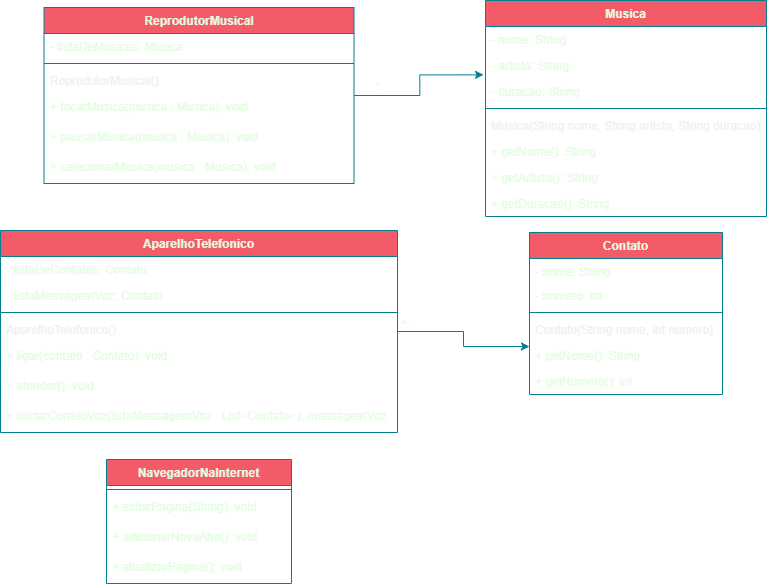
Bruno-BandeiraH/representacao-iphone keeps this draw.io diagram as diagrama_Iphone.png. Above is the earlier version. Source tidied: cells renumbered, new cells last; positions are measured from the earlier drawing's top-left corner, leaving out a move shared by most shapes.
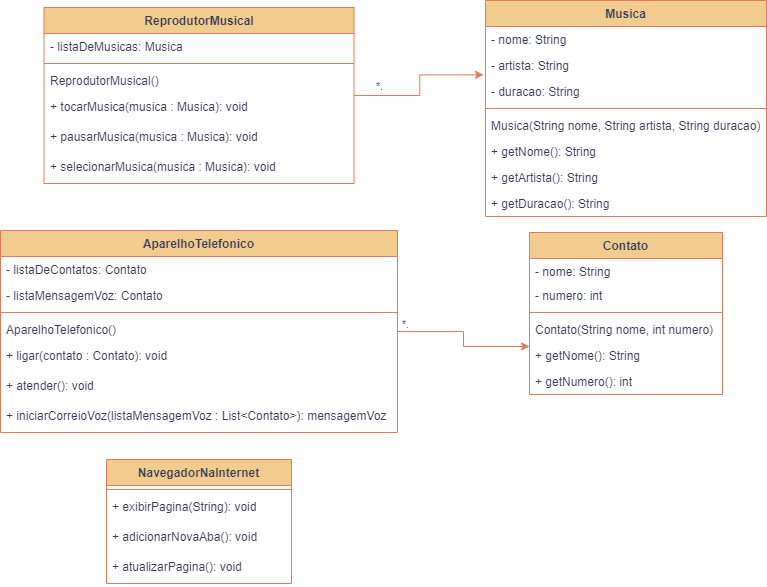
Above is the later version.

Commit message:
melhorando UML

Diff of the diagram source:
```diff
@@ -1,127 +1,127 @@
-<mxGraphModel>
+<mxGraphModel background="#ffffff">
   <root>
     <mxCell id="0" />
     <mxCell id="1" parent="0" />
-    <mxCell id="2" value="ReprodutorMusical" style="swimlane;fontStyle=1;align=center;verticalAlign=top;horizontal=1;startSize=26;whiteSpace=wrap;html=1;labelBackgroundColor=none;fillColor=#F45B69;strokeColor=#028090;fontColor=#E4FDE1;" parent="1" vertex="1">
+    <mxCell id="2" value="ReprodutorMusical" style="swimlane;fontStyle=1;align=center;verticalAlign=top;horizontal=1;startSize=26;whiteSpace=wrap;html=1;labelBackgroundColor=none;fillColor=#F2CC8F;strokeColor=#E07A5F;fontColor=#393C56;" parent="1" vertex="1">
       <mxGeometry x="43.5" y="7" width="310" height="176" as="geometry" />
     </mxCell>
-    <mxCell id="3" value="- listaDeMusicas: Musica" style="text;strokeColor=none;fillColor=none;align=left;verticalAlign=top;spacingLeft=4;spacingRight=4;overflow=hidden;whiteSpace=wrap;html=1;labelBackgroundColor=none;fontColor=#E4FDE1;" parent="2" vertex="1">
+    <mxCell id="3" value="- listaDeMusicas: Musica" style="text;strokeColor=none;fillColor=none;align=left;verticalAlign=top;spacingLeft=4;spacingRight=4;overflow=hidden;whiteSpace=wrap;html=1;labelBackgroundColor=none;fontColor=#393C56;" parent="2" vertex="1">
       <mxGeometry y="26" width="310" height="26" as="geometry" />
     </mxCell>
-    <mxCell id="4" style="line;strokeWidth=1;fillColor=none;align=left;verticalAlign=middle;spacingTop=-1;spacingLeft=3;spacingRight=3;labelPosition=right;strokeColor=#028090;labelBackgroundColor=none;fontColor=#E4FDE1;" parent="2" vertex="1">
+    <mxCell id="4" style="line;strokeWidth=1;fillColor=none;align=left;verticalAlign=middle;spacingTop=-1;spacingLeft=3;spacingRight=3;labelPosition=right;strokeColor=#E07A5F;labelBackgroundColor=none;fontColor=#393C56;" parent="2" vertex="1">
       <mxGeometry y="52" width="310" height="8" as="geometry" />
     </mxCell>
-    <mxCell id="5" value="ReprodutorMusical()" style="text;strokeColor=none;fillColor=none;align=left;verticalAlign=top;spacingLeft=4;spacingRight=4;overflow=hidden;whiteSpace=wrap;html=1;" parent="2" vertex="1">
+    <mxCell id="5" value="ReprodutorMusical()" style="text;strokeColor=none;fillColor=none;align=left;verticalAlign=top;spacingLeft=4;spacingRight=4;overflow=hidden;whiteSpace=wrap;html=1;labelBackgroundColor=none;fontColor=#393C56;" parent="2" vertex="1">
       <mxGeometry y="60" width="310" height="26" as="geometry" />
     </mxCell>
-    <mxCell id="6" value="+ tocarMusica(musica : Musica): void" style="text;strokeColor=none;fillColor=none;align=left;verticalAlign=top;spacingLeft=4;spacingRight=4;overflow=hidden;whiteSpace=wrap;html=1;spacingBottom=0;spacingTop=0;labelBackgroundColor=none;fontColor=#E4FDE1;" parent="2" vertex="1">
+    <mxCell id="6" value="+ tocarMusica(musica : Musica): void" style="text;strokeColor=none;fillColor=none;align=left;verticalAlign=top;spacingLeft=4;spacingRight=4;overflow=hidden;whiteSpace=wrap;html=1;spacingBottom=0;spacingTop=0;labelBackgroundColor=none;fontColor=#393C56;" parent="2" vertex="1">
       <mxGeometry y="86" width="310" height="30" as="geometry" />
     </mxCell>
-    <mxCell id="7" value="+ pausarMusica(musica : Musica): void" style="text;strokeColor=none;fillColor=none;align=left;verticalAlign=top;spacingLeft=4;spacingRight=4;overflow=hidden;whiteSpace=wrap;html=1;labelBackgroundColor=none;fontColor=#E4FDE1;" parent="2" vertex="1">
+    <mxCell id="7" value="+ pausarMusica(musica : Musica): void" style="text;strokeColor=none;fillColor=none;align=left;verticalAlign=top;spacingLeft=4;spacingRight=4;overflow=hidden;whiteSpace=wrap;html=1;labelBackgroundColor=none;fontColor=#393C56;" parent="2" vertex="1">
       <mxGeometry y="116" width="310" height="30" as="geometry" />
     </mxCell>
-    <mxCell id="8" value="+ selecionarMusica(musica : Musica): void" style="text;strokeColor=none;fillColor=none;align=left;verticalAlign=top;spacingLeft=4;spacingRight=4;overflow=hidden;whiteSpace=wrap;html=1;labelBackgroundColor=none;fontColor=#E4FDE1;" parent="2" vertex="1">
+    <mxCell id="8" value="+ selecionarMusica(musica : Musica): void" style="text;strokeColor=none;fillColor=none;align=left;verticalAlign=top;spacingLeft=4;spacingRight=4;overflow=hidden;whiteSpace=wrap;html=1;labelBackgroundColor=none;fontColor=#393C56;" parent="2" vertex="1">
       <mxGeometry y="146" width="310" height="30" as="geometry" />
     </mxCell>
-    <mxCell id="9" value="AparelhoTelefonico" style="swimlane;fontStyle=1;align=center;verticalAlign=top;horizontal=1;startSize=26;whiteSpace=wrap;html=1;labelBackgroundColor=none;fillColor=#F45B69;strokeColor=#028090;fontColor=#E4FDE1;" parent="1" vertex="1">
+    <mxCell id="9" value="AparelhoTelefonico" style="swimlane;fontStyle=1;align=center;verticalAlign=top;horizontal=1;startSize=26;whiteSpace=wrap;html=1;labelBackgroundColor=none;fillColor=#F2CC8F;strokeColor=#E07A5F;fontColor=#393C56;" parent="1" vertex="1">
       <mxGeometry y="230" width="397" height="202" as="geometry" />
     </mxCell>
-    <mxCell id="10" value="- listaDeContatos: Contato" style="text;strokeColor=none;fillColor=none;align=left;verticalAlign=top;spacingLeft=4;spacingRight=4;overflow=hidden;whiteSpace=wrap;html=1;labelBackgroundColor=none;fontColor=#E4FDE1;" parent="9" vertex="1">
+    <mxCell id="10" value="- listaDeContatos: Contato" style="text;strokeColor=none;fillColor=none;align=left;verticalAlign=top;spacingLeft=4;spacingRight=4;overflow=hidden;whiteSpace=wrap;html=1;labelBackgroundColor=none;fontColor=#393C56;" parent="9" vertex="1">
       <mxGeometry y="26" width="397" height="26" as="geometry" />
     </mxCell>
-    <mxCell id="11" value="- listaMensagemVoz: Contato" style="text;strokeColor=none;fillColor=none;align=left;verticalAlign=top;spacingLeft=4;spacingRight=4;overflow=hidden;whiteSpace=wrap;html=1;labelBackgroundColor=none;fontColor=#E4FDE1;" parent="9" vertex="1">
+    <mxCell id="11" value="- listaMensagemVoz: Contato" style="text;strokeColor=none;fillColor=none;align=left;verticalAlign=top;spacingLeft=4;spacingRight=4;overflow=hidden;whiteSpace=wrap;html=1;labelBackgroundColor=none;fontColor=#393C56;" parent="9" vertex="1">
       <mxGeometry y="52" width="397" height="26" as="geometry" />
     </mxCell>
-    <mxCell id="12" style="line;strokeWidth=1;fillColor=none;align=left;verticalAlign=middle;spacingTop=-1;spacingLeft=3;spacingRight=3;labelPosition=right;strokeColor=#028090;labelBackgroundColor=none;fontColor=#E4FDE1;" parent="9" vertex="1">
+    <mxCell id="12" style="line;strokeWidth=1;fillColor=none;align=left;verticalAlign=middle;spacingTop=-1;spacingLeft=3;spacingRight=3;labelPosition=right;strokeColor=#E07A5F;labelBackgroundColor=none;fontColor=#393C56;" parent="9" vertex="1">
       <mxGeometry y="78" width="397" height="8" as="geometry" />
     </mxCell>
-    <mxCell id="13" value="AparelhoTelefonico()" style="text;strokeColor=none;fillColor=none;align=left;verticalAlign=top;spacingLeft=4;spacingRight=4;overflow=hidden;whiteSpace=wrap;html=1;" parent="9" vertex="1">
+    <mxCell id="13" value="AparelhoTelefonico()" style="text;strokeColor=none;fillColor=none;align=left;verticalAlign=top;spacingLeft=4;spacingRight=4;overflow=hidden;whiteSpace=wrap;html=1;labelBackgroundColor=none;fontColor=#393C56;" parent="9" vertex="1">
       <mxGeometry y="86" width="397" height="26" as="geometry" />
     </mxCell>
-    <mxCell id="14" value="+ ligar(contato : Contato): void" style="text;strokeColor=none;fillColor=none;align=left;verticalAlign=top;spacingLeft=4;spacingRight=4;overflow=hidden;whiteSpace=wrap;html=1;labelBackgroundColor=none;fontColor=#E4FDE1;" parent="9" vertex="1">
+    <mxCell id="14" value="+ ligar(contato : Contato): void" style="text;strokeColor=none;fillColor=none;align=left;verticalAlign=top;spacingLeft=4;spacingRight=4;overflow=hidden;whiteSpace=wrap;html=1;labelBackgroundColor=none;fontColor=#393C56;" parent="9" vertex="1">
       <mxGeometry y="112" width="397" height="30" as="geometry" />
     </mxCell>
-    <mxCell id="15" value="+ atender(): void" style="text;strokeColor=none;fillColor=none;align=left;verticalAlign=top;spacingLeft=4;spacingRight=4;overflow=hidden;whiteSpace=wrap;html=1;labelBackgroundColor=none;fontColor=#E4FDE1;" parent="9" vertex="1">
+    <mxCell id="15" value="+ atender(): void" style="text;strokeColor=none;fillColor=none;align=left;verticalAlign=top;spacingLeft=4;spacingRight=4;overflow=hidden;whiteSpace=wrap;html=1;labelBackgroundColor=none;fontColor=#393C56;" parent="9" vertex="1">
       <mxGeometry y="142" width="397" height="30" as="geometry" />
     </mxCell>
-    <mxCell id="16" value="+ iniciarCorreioVoz(listaMensagemVoz : List&amp;lt;Contato&amp;gt;): mensagemVoz" style="text;strokeColor=none;fillColor=none;align=left;verticalAlign=top;spacingLeft=4;spacingRight=4;overflow=hidden;whiteSpace=wrap;html=1;labelBackgroundColor=none;fontColor=#E4FDE1;" parent="9" vertex="1">
+    <mxCell id="16" value="+ iniciarCorreioVoz(listaMensagemVoz : List&amp;lt;Contato&amp;gt;): mensagemVoz" style="text;strokeColor=none;fillColor=none;align=left;verticalAlign=top;spacingLeft=4;spacingRight=4;overflow=hidden;whiteSpace=wrap;html=1;labelBackgroundColor=none;fontColor=#393C56;" parent="9" vertex="1">
       <mxGeometry y="172" width="397" height="30" as="geometry" />
     </mxCell>
-    <mxCell id="17" value="Musica" style="swimlane;fontStyle=1;align=center;verticalAlign=top;horizontal=1;startSize=26;whiteSpace=wrap;html=1;labelBackgroundColor=none;fillColor=#F45B69;strokeColor=#028090;fontColor=#E4FDE1;" parent="1" vertex="1">
+    <mxCell id="17" value="Musica" style="swimlane;fontStyle=1;align=center;verticalAlign=top;horizontal=1;startSize=26;whiteSpace=wrap;html=1;labelBackgroundColor=none;fillColor=#F2CC8F;strokeColor=#E07A5F;fontColor=#393C56;" parent="1" vertex="1">
       <mxGeometry x="485" width="281" height="216" as="geometry" />
     </mxCell>
-    <mxCell id="18" value="- nome: String" style="text;strokeColor=none;fillColor=none;align=left;verticalAlign=top;spacingLeft=4;spacingRight=4;overflow=hidden;whiteSpace=wrap;html=1;labelBackgroundColor=none;fontColor=#E4FDE1;" parent="17" vertex="1">
+    <mxCell id="18" value="- nome: String" style="text;strokeColor=none;fillColor=none;align=left;verticalAlign=top;spacingLeft=4;spacingRight=4;overflow=hidden;whiteSpace=wrap;html=1;labelBackgroundColor=none;fontColor=#393C56;" parent="17" vertex="1">
       <mxGeometry y="26" width="281" height="26" as="geometry" />
     </mxCell>
-    <mxCell id="19" value="- artista: String" style="text;strokeColor=none;fillColor=none;align=left;verticalAlign=top;spacingLeft=4;spacingRight=4;overflow=hidden;points=[[0,0.5],[1,0.5]];portConstraint=eastwest;whiteSpace=wrap;html=1;labelBackgroundColor=none;fontColor=#E4FDE1;" parent="17" vertex="1">
+    <mxCell id="19" value="- artista: String" style="text;strokeColor=none;fillColor=none;align=left;verticalAlign=top;spacingLeft=4;spacingRight=4;overflow=hidden;points=[[0,0.5],[1,0.5]];portConstraint=eastwest;whiteSpace=wrap;html=1;labelBackgroundColor=none;fontColor=#393C56;" parent="17" vertex="1">
       <mxGeometry y="52" width="281" height="26" as="geometry" />
     </mxCell>
-    <mxCell id="20" value="- duracao: String" style="text;strokeColor=none;fillColor=none;align=left;verticalAlign=top;spacingLeft=4;spacingRight=4;overflow=hidden;whiteSpace=wrap;html=1;labelBackgroundColor=none;fontColor=#E4FDE1;" parent="17" vertex="1">
+    <mxCell id="20" value="- duracao: String" style="text;strokeColor=none;fillColor=none;align=left;verticalAlign=top;spacingLeft=4;spacingRight=4;overflow=hidden;whiteSpace=wrap;html=1;labelBackgroundColor=none;fontColor=#393C56;" parent="17" vertex="1">
       <mxGeometry y="78" width="281" height="26" as="geometry" />
     </mxCell>
-    <mxCell id="21" style="line;strokeWidth=1;fillColor=none;align=left;verticalAlign=middle;spacingTop=-1;spacingLeft=3;spacingRight=3;labelPosition=right;strokeColor=#028090;labelBackgroundColor=none;fontColor=#E4FDE1;" parent="17" vertex="1">
+    <mxCell id="21" style="line;strokeWidth=1;fillColor=none;align=left;verticalAlign=middle;spacingTop=-1;spacingLeft=3;spacingRight=3;labelPosition=right;strokeColor=#E07A5F;labelBackgroundColor=none;fontColor=#393C56;" parent="17" vertex="1">
       <mxGeometry y="104" width="281" height="8" as="geometry" />
     </mxCell>
-    <mxCell id="22" value="Musica(String nome, String artista, String duracao)" style="text;strokeColor=none;fillColor=none;align=left;verticalAlign=top;spacingLeft=4;spacingRight=4;overflow=hidden;whiteSpace=wrap;html=1;" parent="17" vertex="1">
+    <mxCell id="22" value="Musica(String nome, String artista, String duracao)" style="text;strokeColor=none;fillColor=none;align=left;verticalAlign=top;spacingLeft=4;spacingRight=4;overflow=hidden;whiteSpace=wrap;html=1;labelBackgroundColor=none;fontColor=#393C56;" parent="17" vertex="1">
       <mxGeometry y="112" width="281" height="26" as="geometry" />
     </mxCell>
-    <mxCell id="23" value="+ getNome(): String" style="text;strokeColor=none;fillColor=none;align=left;verticalAlign=top;spacingLeft=4;spacingRight=4;overflow=hidden;whiteSpace=wrap;html=1;labelBackgroundColor=none;fontColor=#E4FDE1;" parent="17" vertex="1">
+    <mxCell id="23" value="+ getNome(): String" style="text;strokeColor=none;fillColor=none;align=left;verticalAlign=top;spacingLeft=4;spacingRight=4;overflow=hidden;whiteSpace=wrap;html=1;labelBackgroundColor=none;fontColor=#393C56;" parent="17" vertex="1">
       <mxGeometry y="138" width="281" height="26" as="geometry" />
     </mxCell>
-    <mxCell id="24" value="+ getArtista(): String" style="text;strokeColor=none;fillColor=none;align=left;verticalAlign=top;spacingLeft=4;spacingRight=4;overflow=hidden;whiteSpace=wrap;html=1;labelBackgroundColor=none;fontColor=#E4FDE1;" parent="17" vertex="1">
+    <mxCell id="24" value="+ getArtista(): String" style="text;strokeColor=none;fillColor=none;align=left;verticalAlign=top;spacingLeft=4;spacingRight=4;overflow=hidden;whiteSpace=wrap;html=1;labelBackgroundColor=none;fontColor=#393C56;" parent="17" vertex="1">
       <mxGeometry y="164" width="281" height="26" as="geometry" />
     </mxCell>
-    <mxCell id="25" value="+ getDuracao(): String" style="text;strokeColor=none;fillColor=none;align=left;verticalAlign=top;spacingLeft=4;spacingRight=4;overflow=hidden;whiteSpace=wrap;html=1;labelBackgroundColor=none;fontColor=#E4FDE1;" parent="17" vertex="1">
+    <mxCell id="25" value="+ getDuracao(): String" style="text;strokeColor=none;fillColor=none;align=left;verticalAlign=top;spacingLeft=4;spacingRight=4;overflow=hidden;whiteSpace=wrap;html=1;labelBackgroundColor=none;fontColor=#393C56;" parent="17" vertex="1">
       <mxGeometry y="190" width="281" height="26" as="geometry" />
     </mxCell>
-    <mxCell id="26" value="Contato" style="swimlane;fontStyle=1;align=center;verticalAlign=top;horizontal=1;startSize=26;whiteSpace=wrap;html=1;labelBackgroundColor=none;fillColor=#F45B69;strokeColor=#028090;fontColor=#E4FDE1;" parent="1" vertex="1">
+    <mxCell id="26" value="Contato" style="swimlane;fontStyle=1;align=center;verticalAlign=top;horizontal=1;startSize=26;whiteSpace=wrap;html=1;labelBackgroundColor=none;fillColor=#F2CC8F;strokeColor=#E07A5F;fontColor=#393C56;" parent="1" vertex="1">
       <mxGeometry x="529" y="232" width="193" height="162" as="geometry" />
     </mxCell>
-    <mxCell id="27" value="- nome: String" style="text;strokeColor=none;fillColor=none;align=left;verticalAlign=top;spacingLeft=4;spacingRight=4;overflow=hidden;whiteSpace=wrap;html=1;labelBackgroundColor=none;fontColor=#E4FDE1;" parent="26" vertex="1">
+    <mxCell id="27" value="- nome: String" style="text;strokeColor=none;fillColor=none;align=left;verticalAlign=top;spacingLeft=4;spacingRight=4;overflow=hidden;whiteSpace=wrap;html=1;labelBackgroundColor=none;fontColor=#393C56;" parent="26" vertex="1">
       <mxGeometry y="26" width="193" height="24" as="geometry" />
     </mxCell>
-    <mxCell id="28" value="- numero: int" style="text;strokeColor=none;fillColor=none;align=left;verticalAlign=top;spacingLeft=4;spacingRight=4;overflow=hidden;whiteSpace=wrap;html=1;labelBackgroundColor=none;fontColor=#E4FDE1;" parent="26" vertex="1">
+    <mxCell id="28" value="- numero: int" style="text;strokeColor=none;fillColor=none;align=left;verticalAlign=top;spacingLeft=4;spacingRight=4;overflow=hidden;whiteSpace=wrap;html=1;labelBackgroundColor=none;fontColor=#393C56;" parent="26" vertex="1">
       <mxGeometry y="50" width="193" height="26" as="geometry" />
     </mxCell>
-    <mxCell id="29" style="line;strokeWidth=1;fillColor=none;align=left;verticalAlign=middle;spacingTop=-1;spacingLeft=3;spacingRight=3;labelPosition=right;strokeColor=#028090;labelBackgroundColor=none;fontColor=#E4FDE1;" parent="26" vertex="1">
+    <mxCell id="29" style="line;strokeWidth=1;fillColor=none;align=left;verticalAlign=middle;spacingTop=-1;spacingLeft=3;spacingRight=3;labelPosition=right;strokeColor=#E07A5F;labelBackgroundColor=none;fontColor=#393C56;" parent="26" vertex="1">
       <mxGeometry y="76" width="193" height="8" as="geometry" />
     </mxCell>
-    <mxCell id="30" value="Contato(String nome, int numero)" style="text;strokeColor=none;fillColor=none;align=left;verticalAlign=top;spacingLeft=4;spacingRight=4;overflow=hidden;whiteSpace=wrap;html=1;" parent="26" vertex="1">
+    <mxCell id="30" value="Contato(String nome, int numero)" style="text;strokeColor=none;fillColor=none;align=left;verticalAlign=top;spacingLeft=4;spacingRight=4;overflow=hidden;whiteSpace=wrap;html=1;labelBackgroundColor=none;fontColor=#393C56;" parent="26" vertex="1">
       <mxGeometry y="84" width="193" height="26" as="geometry" />
     </mxCell>
-    <mxCell id="31" value="+ getNome(): String" style="text;strokeColor=none;fillColor=none;align=left;verticalAlign=top;spacingLeft=4;spacingRight=4;overflow=hidden;points=[[0,0.5],[1,0.5]];portConstraint=eastwest;whiteSpace=wrap;html=1;labelBackgroundColor=none;fontColor=#E4FDE1;" parent="26" vertex="1">
+    <mxCell id="31" value="+ getNome(): String" style="text;strokeColor=none;fillColor=none;align=left;verticalAlign=top;spacingLeft=4;spacingRight=4;overflow=hidden;points=[[0,0.5],[1,0.5]];portConstraint=eastwest;whiteSpace=wrap;html=1;labelBackgroundColor=none;fontColor=#393C56;" parent="26" vertex="1">
       <mxGeometry y="110" width="193" height="26" as="geometry" />
     </mxCell>
-    <mxCell id="32" value="+ getNumero(): int" style="text;strokeColor=none;fillColor=none;align=left;verticalAlign=top;spacingLeft=4;spacingRight=4;overflow=hidden;whiteSpace=wrap;html=1;labelBackgroundColor=none;fontColor=#E4FDE1;" parent="26" vertex="1">
+    <mxCell id="32" value="+ getNumero(): int" style="text;strokeColor=none;fillColor=none;align=left;verticalAlign=top;spacingLeft=4;spacingRight=4;overflow=hidden;whiteSpace=wrap;html=1;labelBackgroundColor=none;fontColor=#393C56;" parent="26" vertex="1">
       <mxGeometry y="136" width="193" height="26" as="geometry" />
     </mxCell>
-    <mxCell id="33" value="NavegadorNaInternet" style="swimlane;fontStyle=1;align=center;verticalAlign=top;horizontal=1;startSize=26;whiteSpace=wrap;html=1;labelBackgroundColor=none;fillColor=#F45B69;strokeColor=#028090;fontColor=#E4FDE1;" parent="1" vertex="1">
+    <mxCell id="33" value="NavegadorNaInternet" style="swimlane;fontStyle=1;align=center;verticalAlign=top;horizontal=1;startSize=26;whiteSpace=wrap;html=1;labelBackgroundColor=none;fillColor=#F2CC8F;strokeColor=#E07A5F;fontColor=#393C56;" parent="1" vertex="1">
       <mxGeometry x="106" y="459" width="185" height="124" as="geometry" />
     </mxCell>
-    <mxCell id="34" style="line;strokeWidth=1;fillColor=none;align=left;verticalAlign=middle;spacingTop=-1;spacingLeft=3;spacingRight=3;labelPosition=right;strokeColor=#028090;labelBackgroundColor=none;fontColor=#E4FDE1;" parent="33" vertex="1">
+    <mxCell id="34" style="line;strokeWidth=1;fillColor=none;align=left;verticalAlign=middle;spacingTop=-1;spacingLeft=3;spacingRight=3;labelPosition=right;strokeColor=#E07A5F;labelBackgroundColor=none;fontColor=#393C56;" parent="33" vertex="1">
       <mxGeometry y="26" width="185" height="8" as="geometry" />
     </mxCell>
-    <mxCell id="35" value="+ exibirPagina(String): void" style="text;strokeColor=none;fillColor=none;align=left;verticalAlign=top;spacingLeft=4;spacingRight=4;overflow=hidden;whiteSpace=wrap;html=1;labelBackgroundColor=none;fontColor=#E4FDE1;" parent="33" vertex="1">
+    <mxCell id="35" value="+ exibirPagina(String): void" style="text;strokeColor=none;fillColor=none;align=left;verticalAlign=top;spacingLeft=4;spacingRight=4;overflow=hidden;whiteSpace=wrap;html=1;labelBackgroundColor=none;fontColor=#393C56;" parent="33" vertex="1">
       <mxGeometry y="34" width="185" height="30" as="geometry" />
     </mxCell>
-    <mxCell id="36" value="+ adicionarNovaAba(): void" style="text;strokeColor=none;fillColor=none;align=left;verticalAlign=top;spacingLeft=4;spacingRight=4;overflow=hidden;whiteSpace=wrap;html=1;labelBackgroundColor=none;fontColor=#E4FDE1;" parent="33" vertex="1">
+    <mxCell id="36" value="+ adicionarNovaAba(): void" style="text;strokeColor=none;fillColor=none;align=left;verticalAlign=top;spacingLeft=4;spacingRight=4;overflow=hidden;whiteSpace=wrap;html=1;labelBackgroundColor=none;fontColor=#393C56;" parent="33" vertex="1">
       <mxGeometry y="64" width="185" height="30" as="geometry" />
     </mxCell>
-    <mxCell id="37" value="+ atualizarPagina(): void" style="text;strokeColor=none;fillColor=none;align=left;verticalAlign=top;spacingLeft=4;spacingRight=4;overflow=hidden;whiteSpace=wrap;html=1;labelBackgroundColor=none;fontColor=#E4FDE1;" parent="33" vertex="1">
+    <mxCell id="37" value="+ atualizarPagina(): void" style="text;strokeColor=none;fillColor=none;align=left;verticalAlign=top;spacingLeft=4;spacingRight=4;overflow=hidden;whiteSpace=wrap;html=1;labelBackgroundColor=none;fontColor=#393C56;" parent="33" vertex="1">
       <mxGeometry y="94" width="185" height="30" as="geometry" />
     </mxCell>
-    <mxCell id="38" style="edgeStyle=orthogonalEdgeStyle;rounded=0;jettySize=auto;html=1;entryX=-0.007;entryY=0.86;entryDx=0;entryDy=0;entryPerimeter=0;labelBackgroundColor=none;strokeColor=#028090;fontColor=default;" parent="1" edge="1" source="2" target="19">
+    <mxCell id="38" style="edgeStyle=orthogonalEdgeStyle;rounded=0;jettySize=auto;html=1;entryX=-0.007;entryY=0.86;entryDx=0;entryDy=0;entryPerimeter=0;labelBackgroundColor=none;strokeColor=#E07A5F;fontColor=default;" parent="1" edge="1" source="2" target="19">
       <mxGeometry relative="1" as="geometry" />
     </mxCell>
-    <mxCell id="39" value="*." style="edgeLabel;html=1;align=center;verticalAlign=middle;labelBackgroundColor=none;fontColor=#E4FDE1;" parent="38" vertex="1">
+    <mxCell id="39" value="*." style="edgeLabel;html=1;align=center;verticalAlign=middle;labelBackgroundColor=none;fontColor=#393C56;" parent="38" vertex="1">
       <mxGeometry x="-0.53" y="-1" relative="1" as="geometry">
         <mxPoint x="-11" y="-11" as="offset" />
       </mxGeometry>
     </mxCell>
-    <mxCell id="40" style="edgeStyle=orthogonalEdgeStyle;rounded=0;jettySize=auto;html=1;entryX=0;entryY=0.154;entryDx=0;entryDy=0;entryPerimeter=0;labelBackgroundColor=none;strokeColor=#028090;fontColor=default;" parent="1" edge="1" source="9" target="31">
+    <mxCell id="40" style="edgeStyle=orthogonalEdgeStyle;rounded=0;jettySize=auto;html=1;entryX=0;entryY=0.154;entryDx=0;entryDy=0;entryPerimeter=0;labelBackgroundColor=none;strokeColor=#E07A5F;fontColor=default;" parent="1" edge="1" source="9" target="31">
       <mxGeometry relative="1" as="geometry" />
     </mxCell>
-    <mxCell id="41" value="*." style="edgeLabel;html=1;align=center;verticalAlign=middle;labelBackgroundColor=none;fontColor=#E4FDE1;" parent="40" vertex="1">
+    <mxCell id="41" value="*." style="edgeLabel;html=1;align=center;verticalAlign=middle;labelBackgroundColor=none;fontColor=#393C56;" parent="40" vertex="1">
       <mxGeometry x="-0.86" relative="1" as="geometry">
         <mxPoint x="-3" y="-8" as="offset" />
       </mxGeometry>
```
